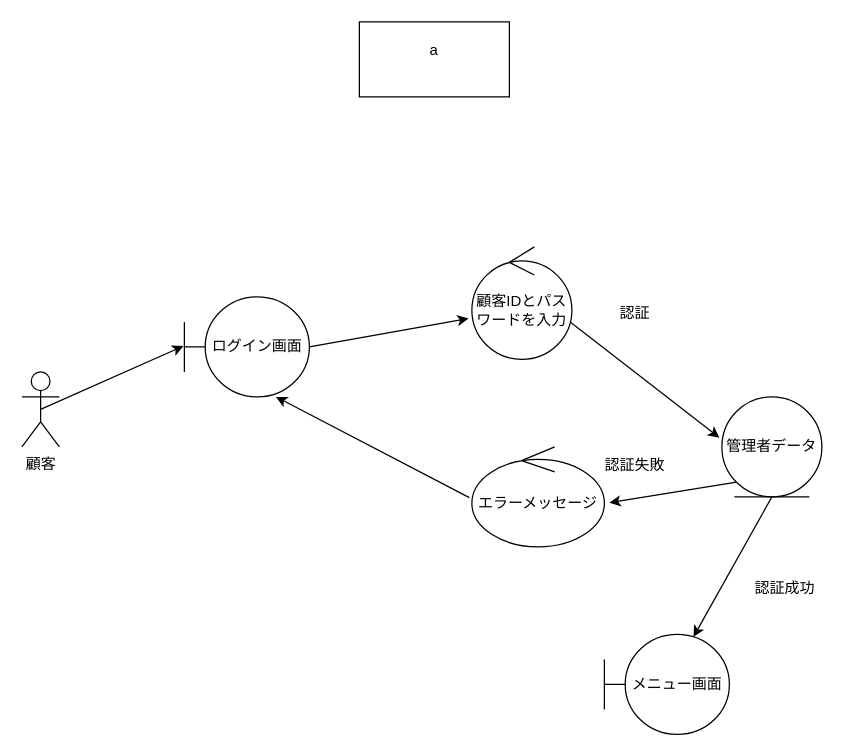
The draw.io diagram group/3-3_総合演習1_BBショップ注文管理システム/ロバストネス図/lo_c_01_login.drawio in ko246/ohara_uml, before the edit. Source tidied: cells renumbered, new cells numbered last; positions are measured from the earlier drawing's top-left corner, leaving out a move shared by most shapes. Both pictures are drawn from the tidied source at 125%, with x=0, y=0 at pixel (21, 21).
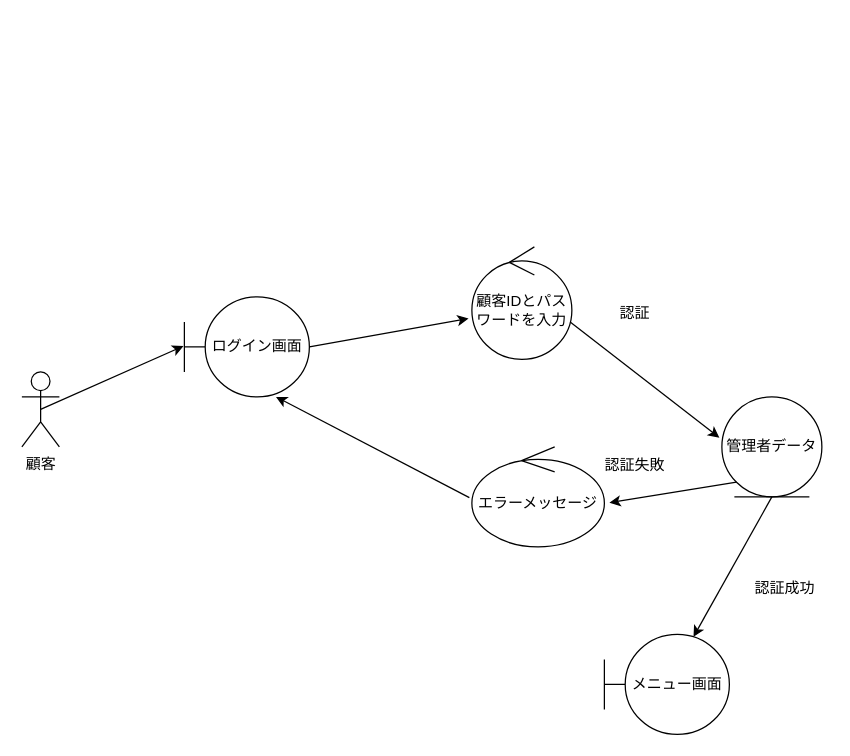
The same diagram, later.

Commit message:
ちょっと修正

Diff of the diagram source:
```diff
@@
 <mxGraphModel>
   <root>
     <mxCell id="0" />
     <mxCell id="1" parent="0" />
-    <mxCell id="2" value="a&lt;div&gt;&lt;br&gt;&lt;/div&gt;" style="rounded=0;whiteSpace=wrap;html=1;" parent="1" vertex="1">
-      <mxGeometry x="270" width="120" height="60" as="geometry" />
-    </mxCell>
     <mxCell id="3" value="顧客" style="shape=umlActor;verticalLabelPosition=bottom;verticalAlign=top;html=1;" parent="1" vertex="1">
       <mxGeometry y="280" width="30" height="60" as="geometry" />
     </mxCell>
     <mxCell id="4" value="ログイン画面" style="shape=umlBoundary;whiteSpace=wrap;html=1;" parent="1" vertex="1">
       <mxGeometry x="130" y="220" width="100" height="80" as="geometry" />
     </mxCell>
     <mxCell id="5" value="顧客IDとパスワードを入力" style="ellipse;shape=umlControl;whiteSpace=wrap;html=1;" parent="1" vertex="1">
       <mxGeometry x="360" y="180" width="80" height="90" as="geometry" />
     </mxCell>
     <mxCell id="6" value="管理者データ" style="ellipse;shape=umlEntity;whiteSpace=wrap;html=1;" parent="1" vertex="1">
       <mxGeometry x="560" y="300" width="80" height="80" as="geometry" />
     </mxCell>
     <mxCell id="7" value="メニュー画面" style="shape=umlBoundary;whiteSpace=wrap;html=1;" parent="1" vertex="1">
       <mxGeometry x="466" y="490" width="100" height="80" as="geometry" />
     </mxCell>
     <mxCell id="8" value="エラーメッセージ" style="ellipse;shape=umlControl;whiteSpace=wrap;html=1;" parent="1" vertex="1">
       <mxGeometry x="360" y="340" width="106" height="80" as="geometry" />
     </mxCell>
     <mxCell id="9" style="endArrow=classic;html=1;exitX=1;exitY=0.5;exitDx=0;exitDy=0;exitPerimeter=0;entryX=-0.033;entryY=0.637;entryDx=0;entryDy=0;entryPerimeter=0;" parent="1" edge="1" source="4" target="5">
       <mxGeometry relative="1" as="geometry" />
     </mxCell>
     <mxCell id="10" style="endArrow=classic;html=1;exitX=0.983;exitY=0.667;exitDx=0;exitDy=0;exitPerimeter=0;entryX=-0.025;entryY=0.408;entryDx=0;entryDy=0;entryPerimeter=0;" parent="1" edge="1" source="5" target="6">
       <mxGeometry relative="1" as="geometry" />
     </mxCell>
     <mxCell id="11" style="endArrow=classic;html=1;exitX=-0.019;exitY=0.508;exitDx=0;exitDy=0;exitPerimeter=0;entryX=0.733;entryY=1;entryDx=0;entryDy=0;entryPerimeter=0;" parent="1" edge="1" source="8" target="4">
       <mxGeometry relative="1" as="geometry" />
     </mxCell>
     <mxCell id="12" style="endArrow=classic;html=1;exitX=0;exitY=1;exitDx=0;exitDy=0;entryX=1.038;entryY=0.558;entryDx=0;entryDy=0;entryPerimeter=0;" parent="1" edge="1" source="6" target="8">
       <mxGeometry relative="1" as="geometry" />
     </mxCell>
     <mxCell id="13" style="endArrow=classic;html=1;exitX=0.5;exitY=1;exitDx=0;exitDy=0;entryX=0.713;entryY=0.025;entryDx=0;entryDy=0;entryPerimeter=0;" parent="1" edge="1" source="6" target="7">
       <mxGeometry relative="1" as="geometry" />
     </mxCell>
     <mxCell id="14" value="認証" style="text;html=1;align=center;verticalAlign=middle;strokeColor=none;fillColor=none;" parent="1" vertex="1">
       <mxGeometry x="465" y="218" width="50" height="30" as="geometry" />
     </mxCell>
     <mxCell id="15" style="endArrow=classic;html=1;exitX=0.5;exitY=0.5;exitDx=0;exitDy=0;exitPerimeter=0;entryX=-0.007;entryY=0.492;entryDx=0;entryDy=0;entryPerimeter=0;" parent="1" edge="1" source="3" target="4">
       <mxGeometry relative="1" as="geometry" />
     </mxCell>
     <mxCell id="16" value="認証失敗" style="text;html=1;align=center;verticalAlign=middle;strokeColor=none;fillColor=none;" parent="1" vertex="1">
       <mxGeometry x="455" y="340" width="70" height="30" as="geometry" />
     </mxCell>
     <mxCell id="17" value="認証成功" style="text;html=1;align=center;verticalAlign=middle;strokeColor=none;fillColor=none;" parent="1" vertex="1">
       <mxGeometry x="575" y="438" width="70" height="30" as="geometry" />
     </mxCell>
   </root>
 </mxGraphModel>
```
